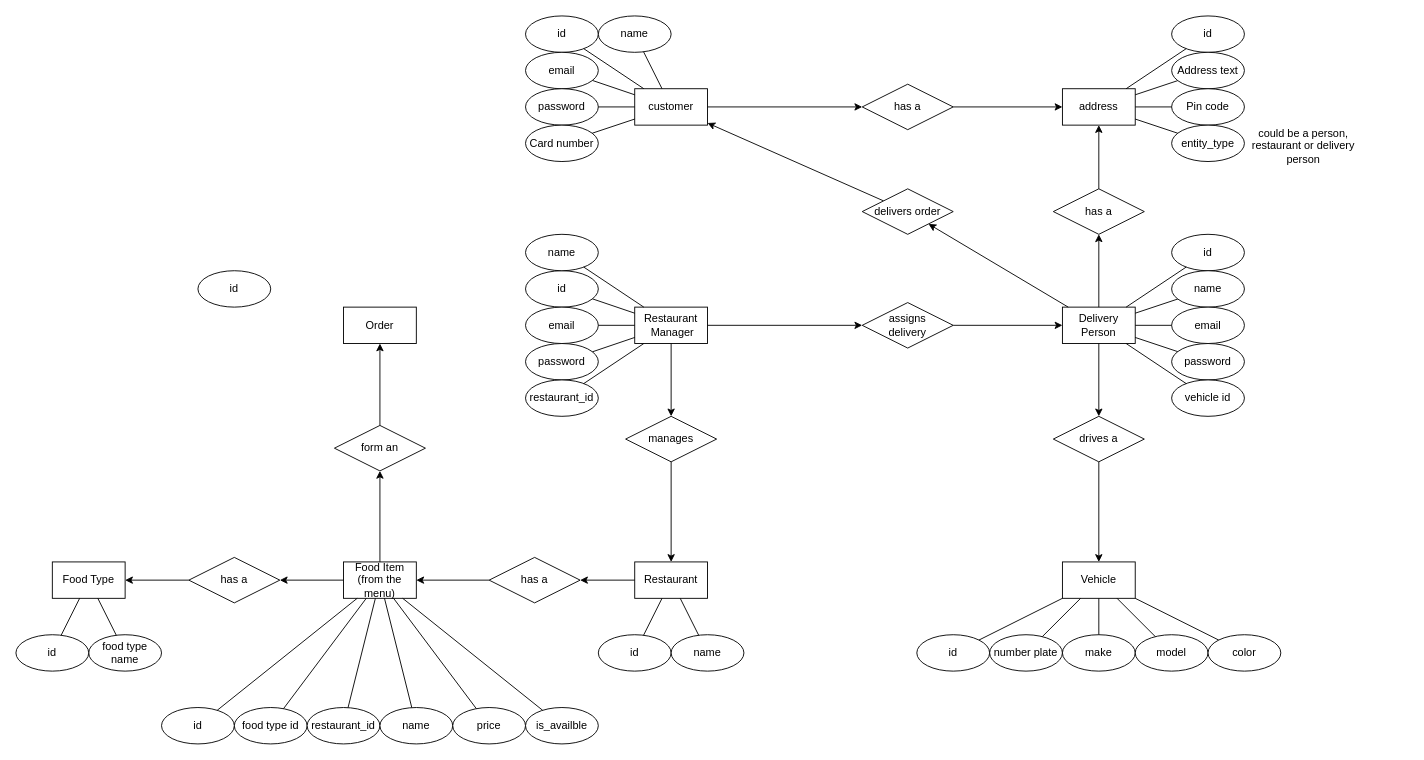
This is diagrams/ER/ER diagram.drawio from callofthewild/hunger-buzz, a draw.io file, before an edit. Source tidied: cells renumbered, new cells numbered last; positions are measured from the earlier drawing's top-left corner, leaving out a move shared by most shapes. Both pictures are drawn from the tidied source at 91%, with x=0, y=0 at pixel (15, 15).
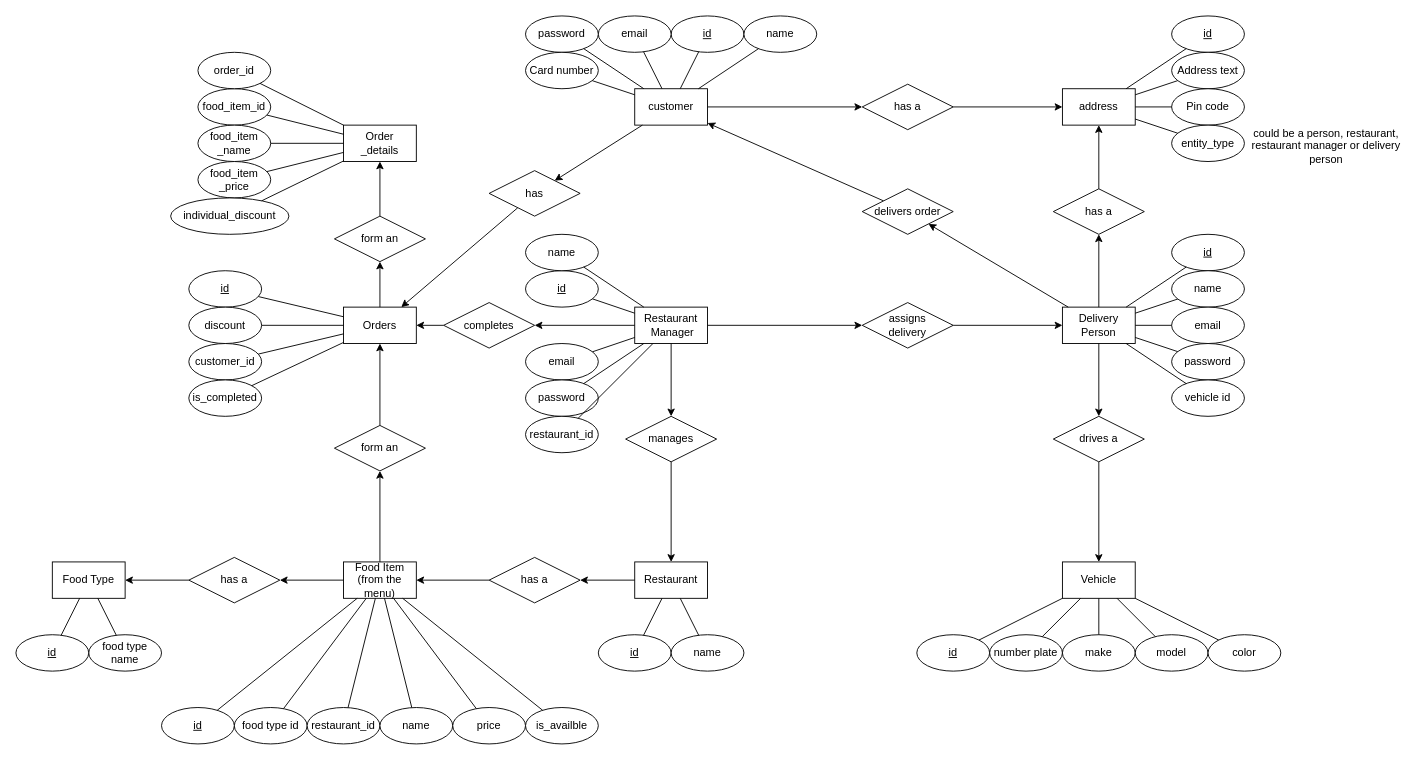
After the change.

The change refers to these unchanged cells:
```xml
<mxCell id="2" value="customer" style="rounded=0;whiteSpace=wrap;html=1;" parent="1" vertex="1">
  <mxGeometry x="680" y="80" width="80" height="40" as="geometry" />
</mxCell>
<mxCell id="23" value="&lt;div&gt;Restaurant&lt;/div&gt;&amp;nbsp;Manager" style="rounded=0;whiteSpace=wrap;html=1;" parent="1" vertex="1">
  <mxGeometry x="680" y="320" width="80" height="40" as="geometry" />
</mxCell>
```

What changed in the source:
```diff
@@
-    <mxCell id="3" value="id" style="ellipse;whiteSpace=wrap;html=1;" parent="1" vertex="1">
-      <mxGeometry x="560" width="80" height="40" as="geometry" />
+    <mxCell id="3" value="id" style="ellipse;whiteSpace=wrap;html=1;fontStyle=4;" parent="1" vertex="1">
+      <mxGeometry x="720" width="80" height="40" as="geometry" />
     </mxCell>
     <mxCell id="4" value="email" style="ellipse;whiteSpace=wrap;html=1;" parent="1" vertex="1">
-      <mxGeometry x="560" y="40" width="80" height="40" as="geometry" />
+      <mxGeometry x="640" width="80" height="40" as="geometry" />
     </mxCell>
     <mxCell id="5" value="password" style="ellipse;whiteSpace=wrap;html=1;" parent="1" vertex="1">
-      <mxGeometry x="560" y="80" width="80" height="40" as="geometry" />
+      <mxGeometry x="560" width="80" height="40" as="geometry" />
     </mxCell>
     <mxCell id="6" value="name" style="ellipse;whiteSpace=wrap;html=1;" parent="1" vertex="1">
-      <mxGeometry x="640" width="80" height="40" as="geometry" />
+      <mxGeometry x="800" width="80" height="40" as="geometry" />
     </mxCell>
@@
-    <mxCell id="15" value="id" style="ellipse;whiteSpace=wrap;html=1;align=center;" parent="1" vertex="1">
+    <mxCell id="15" value="id" style="ellipse;whiteSpace=wrap;html=1;align=center;fontStyle=4;" parent="1" vertex="1">
       <mxGeometry x="1270" width="80" height="40" as="geometry" />
     </mxCell>
@@
     <mxCell id="18" value="Card number" style="ellipse;whiteSpace=wrap;html=1;align=center;" parent="1" vertex="1">
-      <mxGeometry x="560" y="120" width="80" height="40" as="geometry" />
+      <mxGeometry x="560" y="40" width="80" height="40" as="geometry" />
     </mxCell>
@@
-    <mxCell id="31" value="id" style="ellipse;whiteSpace=wrap;html=1;align=center;" parent="1" vertex="1">
+    <mxCell id="31" value="id" style="ellipse;whiteSpace=wrap;html=1;align=center;fontStyle=4;" parent="1" vertex="1">
       <mxGeometry x="1270" y="240" width="80" height="40" as="geometry" />
     </mxCell>
@@
-    <mxCell id="48" value="id" style="ellipse;whiteSpace=wrap;html=1;align=center;" parent="1" vertex="1">
+    <mxCell id="48" value="id" style="ellipse;whiteSpace=wrap;html=1;align=center;fontStyle=4;" parent="1" vertex="1">
       <mxGeometry x="990" y="680" width="80" height="40" as="geometry" />
     </mxCell>
@@
-    <mxCell id="59" value="Order" style="rounded=0;whiteSpace=wrap;html=1;" parent="1" vertex="1">
+    <mxCell id="59" value="&lt;div&gt;Orders&lt;/div&gt;" style="rounded=0;whiteSpace=wrap;html=1;" parent="1" vertex="1">
       <mxGeometry x="360" y="320" width="80" height="40" as="geometry" />
     </mxCell>
@@
-    <mxCell id="64" value="&lt;div&gt;could be a person, restaurant or delivery person&lt;br&gt;&lt;/div&gt;" style="text;html=1;strokeColor=none;fillColor=none;align=center;verticalAlign=middle;whiteSpace=wrap;rounded=0;" parent="1" vertex="1">
-      <mxGeometry x="1350" y="125" width="130" height="35" as="geometry" />
+    <mxCell id="64" value="&lt;div&gt;could be a person, restaurant, restaurant manager or delivery person&lt;br&gt;&lt;/div&gt;" style="text;html=1;strokeColor=none;fillColor=none;align=center;verticalAlign=middle;whiteSpace=wrap;rounded=0;" parent="1" vertex="1">
+      <mxGeometry x="1350" y="125" width="180" height="35" as="geometry" />
     </mxCell>
@@
-    <mxCell id="66" value="id" style="ellipse;whiteSpace=wrap;html=1;" parent="1" vertex="1">
+    <mxCell id="66" value="id" style="ellipse;whiteSpace=wrap;html=1;fontStyle=4;" parent="1" vertex="1">
       <mxGeometry x="560" y="280" width="80" height="40" as="geometry" />
     </mxCell>
     <mxCell id="67" value="email" style="ellipse;whiteSpace=wrap;html=1;" parent="1" vertex="1">
-      <mxGeometry x="560" y="320" width="80" height="40" as="geometry" />
+      <mxGeometry x="560" y="360" width="80" height="40" as="geometry" />
     </mxCell>
     <mxCell id="68" value="password" style="ellipse;whiteSpace=wrap;html=1;" parent="1" vertex="1">
-      <mxGeometry x="560" y="360" width="80" height="40" as="geometry" />
+      <mxGeometry x="560" y="400" width="80" height="40" as="geometry" />
     </mxCell>
@@
-    <mxCell id="75" value="id" style="ellipse;whiteSpace=wrap;html=1;align=center;" parent="1" vertex="1">
+    <mxCell id="75" value="id" style="ellipse;whiteSpace=wrap;html=1;align=center;fontStyle=4;" parent="1" vertex="1">
       <mxGeometry x="160" y="760" width="80" height="40" as="geometry" />
     </mxCell>
     <mxCell id="76" value="restaurant_id" style="ellipse;whiteSpace=wrap;html=1;" parent="1" vertex="1">
-      <mxGeometry x="560" y="400" width="80" height="40" as="geometry" />
+      <mxGeometry x="560" y="440" width="80" height="40" as="geometry" />
     </mxCell>
@@
-    <mxCell id="83" value="id" style="ellipse;whiteSpace=wrap;html=1;align=center;" parent="1" vertex="1">
+    <mxCell id="83" value="id" style="ellipse;whiteSpace=wrap;html=1;align=center;fontStyle=4;" parent="1" vertex="1">
       <mxGeometry x="640" y="680" width="80" height="40" as="geometry" />
     </mxCell>
@@
-    <mxCell id="87" value="id" style="ellipse;whiteSpace=wrap;html=1;align=center;" parent="1" vertex="1">
+    <mxCell id="87" value="id" style="ellipse;whiteSpace=wrap;html=1;align=center;fontStyle=4;" parent="1" vertex="1">
       <mxGeometry y="680" width="80" height="40" as="geometry" />
     </mxCell>
@@
-    <mxCell id="107" value="id" style="ellipse;whiteSpace=wrap;html=1;" parent="1" vertex="1">
-      <mxGeometry x="200" y="280" width="80" height="40" as="geometry" />
+    <mxCell id="107" value="id" style="ellipse;whiteSpace=wrap;html=1;fontStyle=4;" parent="1" vertex="1">
+      <mxGeometry x="190" y="280" width="80" height="40" as="geometry" />
     </mxCell>
+    <mxCell id="108" value="discount" style="ellipse;whiteSpace=wrap;html=1;" parent="1" vertex="1">
+      <mxGeometry x="190" y="320" width="80" height="40" as="geometry" />
+    </mxCell>
+    <mxCell id="109" style="endArrow=none;html=1;rounded=0;" parent="1" edge="1" source="107" target="59">
+      <mxGeometry relative="1" as="geometry" />
+    </mxCell>
+    <mxCell id="110" style="endArrow=none;html=1;rounded=0;" parent="1" edge="1" source="108" target="59">
+      <mxGeometry relative="1" as="geometry" />
+    </mxCell>
+    <mxCell id="111" value="&lt;div&gt;Order&lt;/div&gt;_details" style="rounded=0;whiteSpace=wrap;html=1;" parent="1" vertex="1">
+      <mxGeometry x="360" y="120" width="80" height="40" as="geometry" />
+    </mxCell>
+    <mxCell id="112" value="food_item_id" style="ellipse;whiteSpace=wrap;html=1;" parent="1" vertex="1">
+      <mxGeometry x="200" y="80" width="80" height="40" as="geometry" />
+    </mxCell>
+    <mxCell id="113" value="&lt;div&gt;food_item&lt;/div&gt;&lt;div&gt;_name&lt;/div&gt;" style="ellipse;whiteSpace=wrap;html=1;" parent="1" vertex="1">
+      <mxGeometry x="200" y="120" width="80" height="40" as="geometry" />
+    </mxCell>
+    <mxCell id="114" value="&lt;div&gt;food_item&lt;/div&gt;&lt;div&gt;_price&lt;br&gt;&lt;/div&gt;" style="ellipse;whiteSpace=wrap;html=1;" parent="1" vertex="1">
+      <mxGeometry x="200" y="160" width="80" height="40" as="geometry" />
+    </mxCell>
+    <mxCell id="115" style="endArrow=none;html=1;rounded=0;" parent="1" edge="1" source="112" target="111">
+      <mxGeometry relative="1" as="geometry" />
+    </mxCell>
+    <mxCell id="116" style="endArrow=none;html=1;rounded=0;" parent="1" edge="1" source="113" target="111">
+      <mxGeometry relative="1" as="geometry" />
+    </mxCell>
+    <mxCell id="117" value="order_id" style="ellipse;whiteSpace=wrap;html=1;" parent="1" vertex="1">
+      <mxGeometry x="200" y="40" width="80" height="40" as="geometry" />
+    </mxCell>
+    <mxCell id="118" value="individual_discount" style="ellipse;whiteSpace=wrap;html=1;" parent="1" vertex="1">
+      <mxGeometry x="170" y="200" width="130" height="40" as="geometry" />
+    </mxCell>
+    <mxCell id="119" style="endArrow=none;html=1;rounded=0;" parent="1" edge="1" source="114" target="111">
+      <mxGeometry relative="1" as="geometry" />
+    </mxCell>
+    <mxCell id="120" style="endArrow=none;html=1;rounded=0;" parent="1" edge="1" source="118" target="111">
+      <mxGeometry relative="1" as="geometry" />
+    </mxCell>
+    <mxCell id="121" style="endArrow=none;html=1;rounded=0;" parent="1" edge="1" source="117" target="111">
+      <mxGeometry relative="1" as="geometry" />
+    </mxCell>
+    <mxCell id="122" style="endArrow=none;html=1;rounded=0;startArrow=classic;startFill=1;" parent="1" edge="1" source="111" target="123">
+      <mxGeometry relative="1" as="geometry" />
+    </mxCell>
+    <mxCell id="123" value="form an" style="shape=rhombus;perimeter=rhombusPerimeter;whiteSpace=wrap;html=1;align=center;" parent="1" vertex="1">
+      <mxGeometry x="350" y="220" width="100" height="50" as="geometry" />
+    </mxCell>
+    <mxCell id="124" style="endArrow=none;html=1;rounded=0;startArrow=classic;startFill=1;" parent="1" edge="1" source="123" target="59">
+      <mxGeometry relative="1" as="geometry" />
+    </mxCell>
+    <mxCell id="125" value="customer_id" style="ellipse;whiteSpace=wrap;html=1;" parent="1" vertex="1">
+      <mxGeometry x="190" y="360" width="80" height="40" as="geometry" />
+    </mxCell>
+    <mxCell id="126" style="endArrow=none;html=1;rounded=0;" parent="1" edge="1" source="125" target="59">
+      <mxGeometry relative="1" as="geometry" />
+    </mxCell>
+    <mxCell id="127" style="endArrow=none;html=1;rounded=0;startArrow=classic;startFill=1;" parent="1" edge="1" source="59" target="128">
+      <mxGeometry relative="1" as="geometry" />
+    </mxCell>
+    <mxCell id="128" value="completes" style="shape=rhombus;perimeter=rhombusPerimeter;whiteSpace=wrap;html=1;align=center;" parent="1" vertex="1">
+      <mxGeometry x="470" y="315" width="100" height="50" as="geometry" />
+    </mxCell>
+    <mxCell id="129" style="endArrow=none;html=1;rounded=0;startArrow=classic;startFill=1;" parent="1" edge="1" source="128" target="23">
+      <mxGeometry relative="1" as="geometry" />
+    </mxCell>
+    <mxCell id="130" style="endArrow=none;html=1;rounded=0;startArrow=classic;startFill=1;" parent="1" edge="1" source="59" target="131">
+      <mxGeometry relative="1" as="geometry" />
+    </mxCell>
+    <mxCell id="131" value="has" style="shape=rhombus;perimeter=rhombusPerimeter;whiteSpace=wrap;html=1;align=center;" parent="1" vertex="1">
+      <mxGeometry x="520" y="170" width="100" height="50" as="geometry" />
+    </mxCell>
+    <mxCell id="132" style="endArrow=none;html=1;rounded=0;startArrow=classic;startFill=1;" parent="1" edge="1" source="131" target="2">
+      <mxGeometry relative="1" as="geometry" />
+    </mxCell>
+    <mxCell id="133" value="is_completed" style="ellipse;whiteSpace=wrap;html=1;" parent="1" vertex="1">
+      <mxGeometry x="190" y="400" width="80" height="40" as="geometry" />
+    </mxCell>
+    <mxCell id="134" style="endArrow=none;html=1;rounded=0;" parent="1" edge="1" source="133" target="59">
+      <mxGeometry relative="1" as="geometry" />
+    </mxCell>
```
